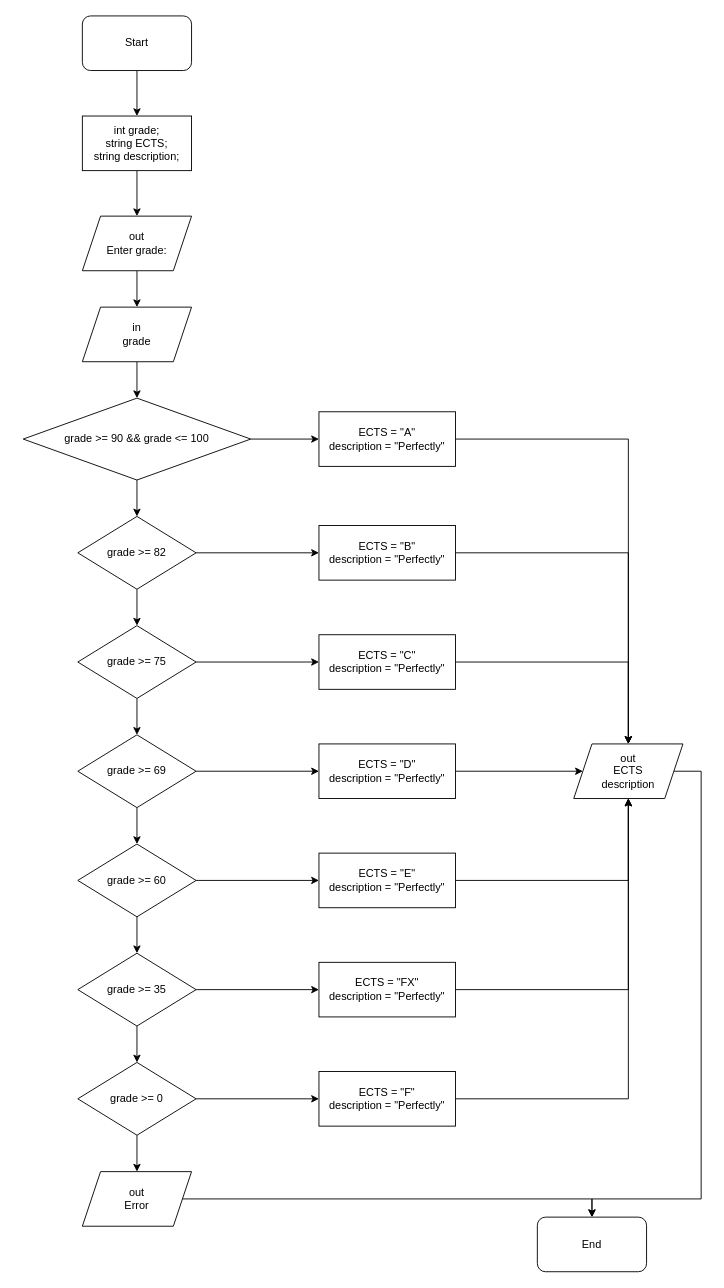
The draw.io diagram homework/HW1/diagram.drawio in rocket-fuel86/AlgorithmTheory-Cpp, before the edit. Source tidied: cells renumbered, new cells numbered last; positions are measured from the earlier drawing's top-left corner, leaving out a move shared by most shapes. Both pictures are drawn from the tidied source at 91%, with x=0, y=0 at pixel (23, 15).
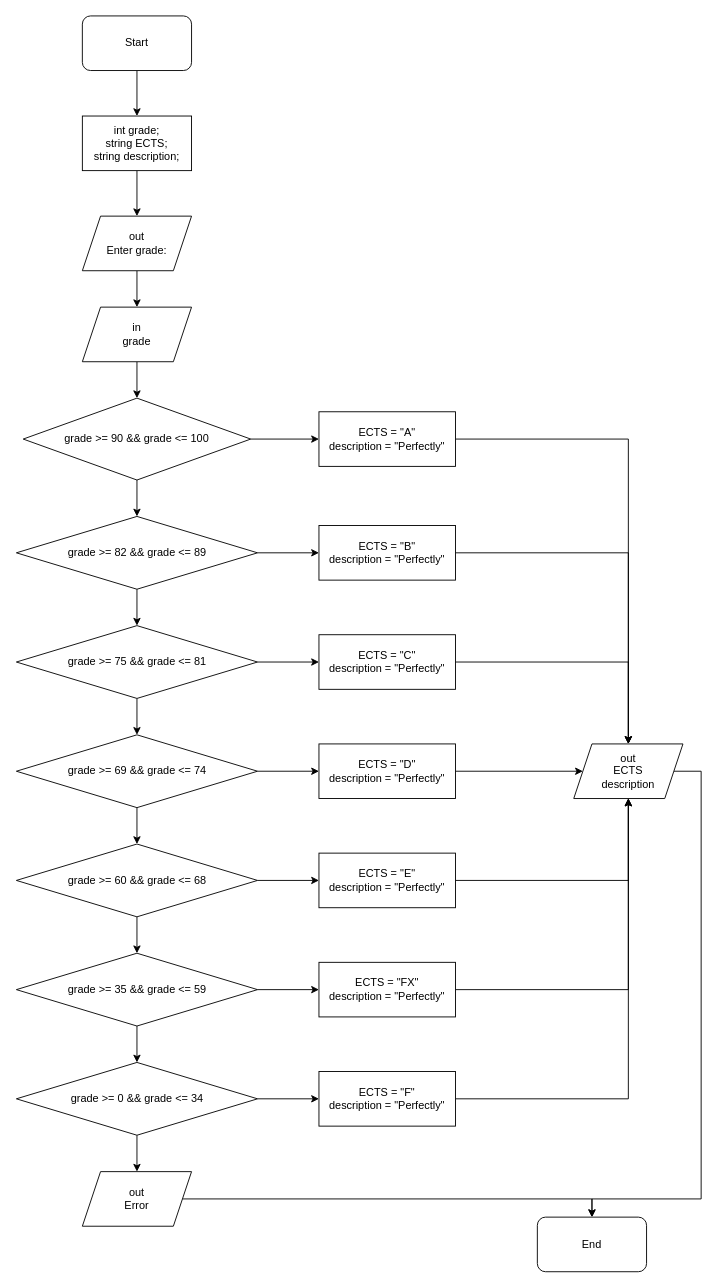
After the change.

Diff of the diagram source:
```diff
@@
-    <mxCell id="13" value="grade &amp;gt;= 82" style="rhombus;whiteSpace=wrap;html=1;shapeInside=1;" parent="1" vertex="1">
-      <mxGeometry x="60" y="550" width="130" height="80" as="geometry" />
+    <mxCell id="13" value="grade &amp;gt;= 82 &amp;amp;&amp;amp; grade &amp;lt;= 89" style="rhombus;whiteSpace=wrap;html=1;shapeInside=1;" parent="1" vertex="1">
+      <mxGeometry x="-7.5" y="550" width="265" height="80" as="geometry" />
     </mxCell>
@@
-    <mxCell id="16" value="grade &amp;gt;= 75" style="rhombus;whiteSpace=wrap;html=1;shapeInside=1;" parent="1" vertex="1">
-      <mxGeometry x="60" y="670" width="130" height="80" as="geometry" />
+    <mxCell id="16" value="grade &amp;gt;= 75 &amp;amp;&amp;amp; grade &amp;lt;= 81" style="rhombus;whiteSpace=wrap;html=1;shapeInside=1;" parent="1" vertex="1">
+      <mxGeometry x="-7.5" y="670" width="265" height="80" as="geometry" />
     </mxCell>
@@
-    <mxCell id="19" value="grade &amp;gt;= 69" style="rhombus;whiteSpace=wrap;html=1;shapeInside=1;" parent="1" vertex="1">
-      <mxGeometry x="60" y="790" width="130" height="80" as="geometry" />
+    <mxCell id="19" value="grade &amp;gt;= 69 &amp;amp;&amp;amp; grade &amp;lt;= 74" style="rhombus;whiteSpace=wrap;html=1;shapeInside=1;" parent="1" vertex="1">
+      <mxGeometry x="-7.5" y="790" width="265" height="80" as="geometry" />
     </mxCell>
@@
-    <mxCell id="22" value="grade &amp;gt;= 60" style="rhombus;whiteSpace=wrap;html=1;shapeInside=1;" parent="1" vertex="1">
-      <mxGeometry x="60" y="910" width="130" height="80" as="geometry" />
+    <mxCell id="22" value="grade &amp;gt;= 60 &amp;amp;&amp;amp; grade &amp;lt;= 68" style="rhombus;whiteSpace=wrap;html=1;shapeInside=1;" parent="1" vertex="1">
+      <mxGeometry x="-7.5" y="910" width="265" height="80" as="geometry" />
     </mxCell>
@@
-    <mxCell id="25" value="grade &amp;gt;= 35" style="rhombus;whiteSpace=wrap;html=1;shapeInside=1;" parent="1" vertex="1">
-      <mxGeometry x="60" y="1030" width="130" height="80" as="geometry" />
+    <mxCell id="25" value="grade &amp;gt;= 35 &amp;amp;&amp;amp; grade &amp;lt;= 59" style="rhombus;whiteSpace=wrap;html=1;shapeInside=1;" parent="1" vertex="1">
+      <mxGeometry x="-7.5" y="1030" width="265" height="80" as="geometry" />
     </mxCell>
@@
-    <mxCell id="28" value="grade &amp;gt;= 0" style="rhombus;whiteSpace=wrap;html=1;shapeInside=1;" parent="1" vertex="1">
-      <mxGeometry x="60" y="1150" width="130" height="80" as="geometry" />
+    <mxCell id="28" value="grade &amp;gt;= 0 &amp;amp;&amp;amp; grade &amp;lt;= 34" style="rhombus;whiteSpace=wrap;html=1;shapeInside=1;" parent="1" vertex="1">
+      <mxGeometry x="-7.5" y="1150" width="265" height="80" as="geometry" />
     </mxCell>
```
